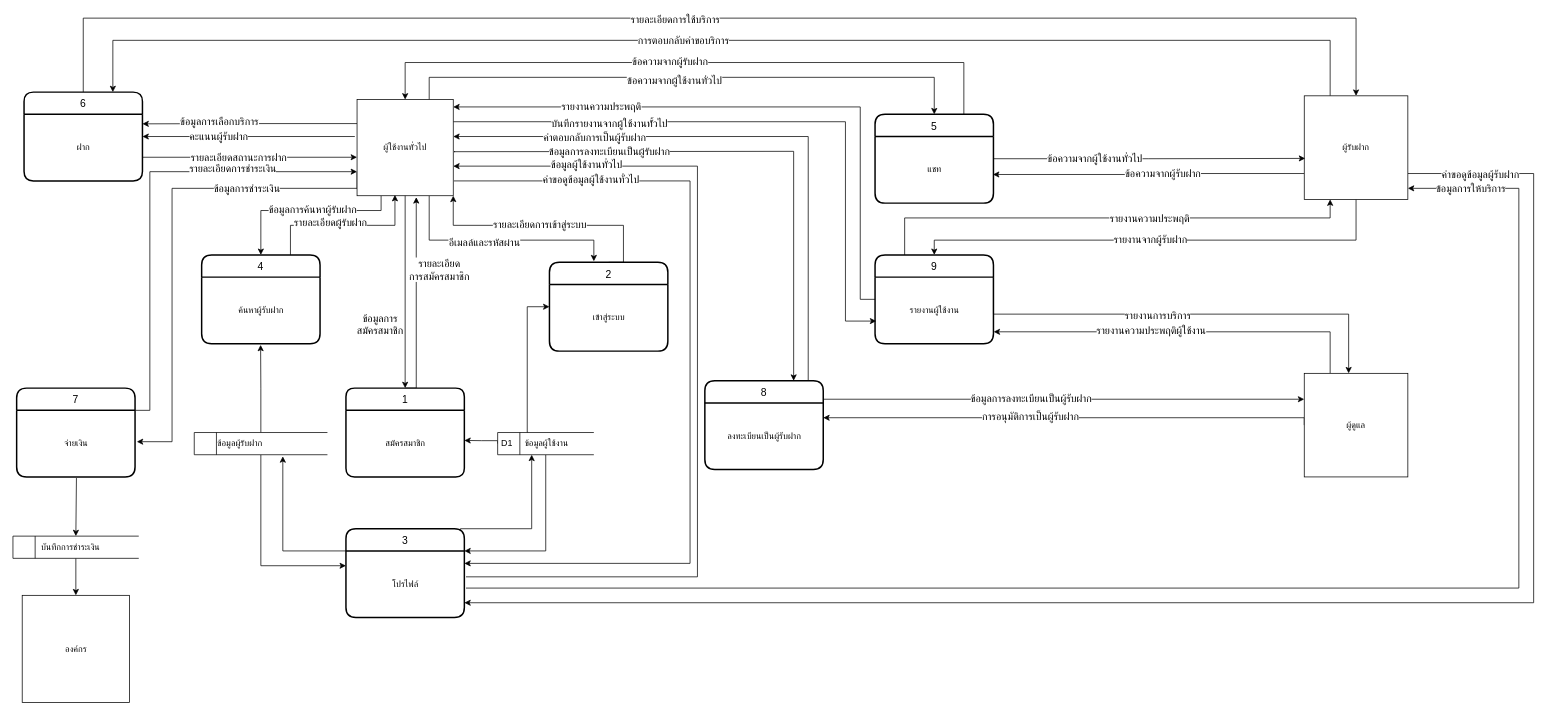
Before: page "level0" (3 of 13) of ProjectProcesses/HostDog_5DFD/dfd.drawio in Hostdogs/Project_Hostdog, a draw.io diagram. Source tidied: cells renumbered, new cells numbered last; positions are measured from the earlier drawing's top-left corner, leaving out a move shared by most shapes. Both pictures are drawn from the tidied source at 74%, with x=0, y=0 at pixel (13, 18).
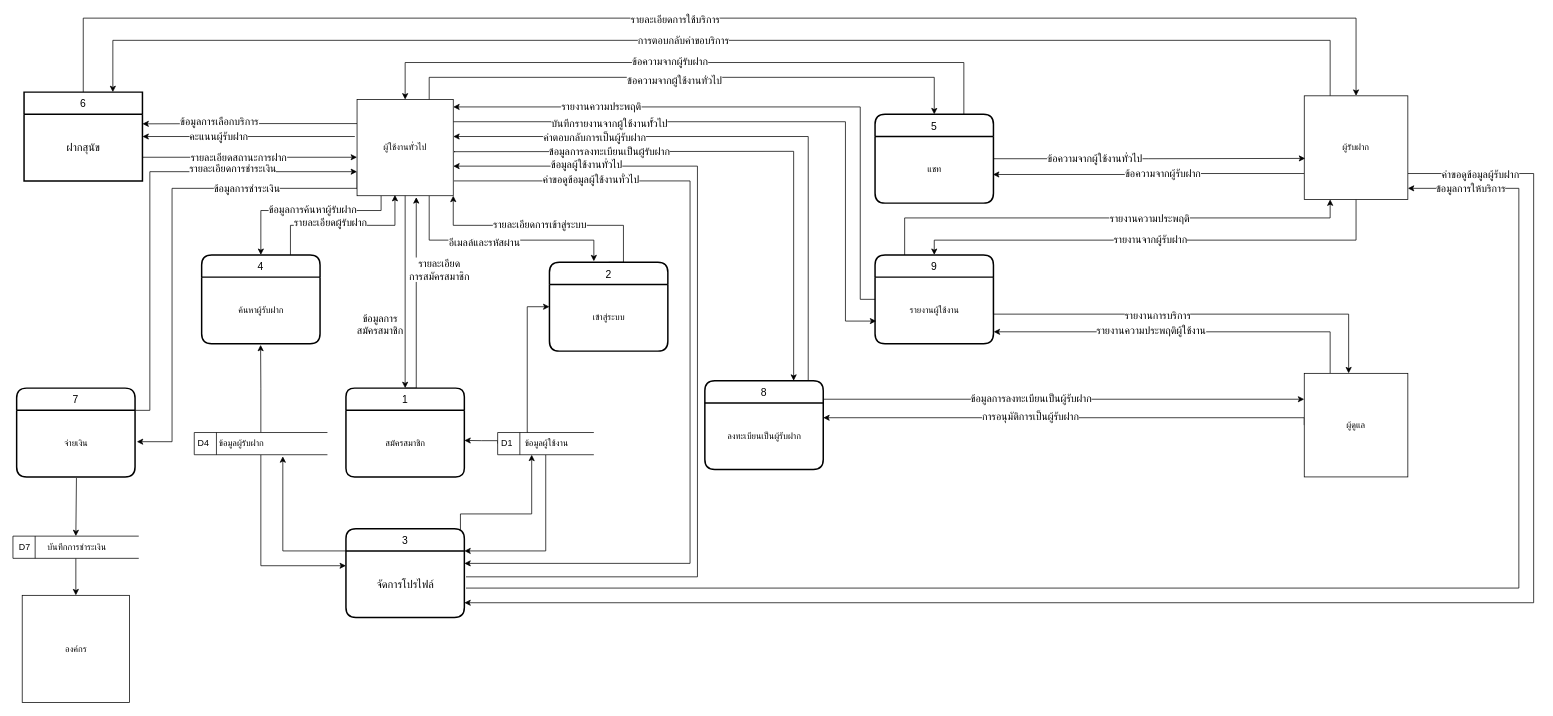
Above is the later version.

Unchanged cells that the change refers to:
```xml
<mxCell id="43" value="3" style="swimlane;horizontal=1;startSize=30;rounded=1;fontSize=14;fontStyle=0;strokeWidth=2;shadow=0;dashed=0;align=center;labelPosition=center;verticalLabelPosition=middle;verticalAlign=middle;" parent="1" vertex="1">
  <mxGeometry x="450" y="690" width="160" height="120" as="geometry" />
</mxCell>
<mxCell id="80" value="D1&amp;nbsp; &amp;nbsp; &amp;nbsp;ข้อมูลผู้ใช้งาน" style="html=1;dashed=0;whitespace=wrap;shape=mxgraph.dfd.dataStoreID;align=left;spacingLeft=3;points=[[0,0],[0.5,0],[1,0],[0,0.5],[1,0.5],[0,1],[0.5,1],[1,1]];" parent="1" vertex="1">
  <mxGeometry x="655" y="560" width="130" height="30" as="geometry" />
</mxCell>
```

The edit, as a diff of the source:
```diff
@@
     <mxCell id="42" style="edgeStyle=orthogonalEdgeStyle;rounded=0;jettySize=auto;html=1;exitX=0.967;exitY=0.012;exitDx=0;exitDy=0;fontSize=14;exitPerimeter=0;" parent="1" edge="1" source="43" target="80">
       <mxGeometry relative="1" as="geometry">
         <Array as="points">
-          <mxPoint x="605" y="690" />
-          <mxPoint x="701" y="690" />
+          <mxPoint x="605" y="670" />
+          <mxPoint x="701" y="670" />
         </Array>
       </mxGeometry>
     </mxCell>
@@
-    <mxCell id="44" value="โปรไฟล์" style="text;html=1;align=center;verticalAlign=middle;points=[];" parent="43" vertex="1">
+    <mxCell id="44" value="&lt;span id=&quot;docs-internal-guid-263c026e-7fff-5388-a84b-3233094eca2e&quot;&gt;&lt;span style=&quot;font-size: 11pt ; font-family: &amp;#34;arial&amp;#34; ; background-color: transparent ; vertical-align: baseline&quot;&gt;จัดการโปรไฟล์&lt;/span&gt;&lt;/span&gt;" style="text;html=1;align=center;verticalAlign=middle;points=[];" parent="43" vertex="1">
       <mxGeometry y="30" width="160" height="90" as="geometry" />
     </mxCell>
@@
-    <mxCell id="53" value="6" style="swimlane;horizontal=1;startSize=30;rounded=1;fontSize=14;fontStyle=0;strokeWidth=2;shadow=0;dashed=0;align=center;labelPosition=center;verticalLabelPosition=middle;verticalAlign=middle;arcSize=14;" parent="1" vertex="1">
+    <mxCell id="53" value="6" style="swimlane;horizontal=1;startSize=30;rounded=1;fontSize=14;fontStyle=0;strokeWidth=2;shadow=0;align=center;labelPosition=center;verticalLabelPosition=middle;verticalAlign=middle;arcSize=0;perimeterSpacing=0;" parent="1" vertex="1">
       <mxGeometry x="15" y="100" width="160" height="120" as="geometry" />
     </mxCell>
-    <mxCell id="54" value="ฝาก" style="text;html=1;align=center;verticalAlign=middle;points=[];" parent="53" vertex="1">
+    <mxCell id="54" value="&lt;span id=&quot;docs-internal-guid-d64b16aa-7fff-1af0-6d6e-5e0488f46c7e&quot;&gt;&lt;span style=&quot;font-size: 11pt ; font-family: &amp;#34;arial&amp;#34; ; background-color: transparent ; vertical-align: baseline&quot;&gt;ฝากสุนัข&lt;/span&gt;&lt;/span&gt;" style="text;html=1;align=center;verticalAlign=middle;points=[];rounded=0;" parent="53" vertex="1">
       <mxGeometry y="30" width="160" height="90" as="geometry" />
     </mxCell>
@@
-    <mxCell id="89" value="&amp;nbsp; &amp;nbsp; &amp;nbsp; &amp;nbsp; &amp;nbsp; บันทึกการชำระเงิน" style="html=1;dashed=0;whitespace=wrap;shape=mxgraph.dfd.dataStoreID;align=left;spacingLeft=3;points=[[0,0],[0.5,0],[1,0],[0,0.5],[1,0.5],[0,1],[0.5,1],[1,1]];" parent="1" vertex="1">
+    <mxCell id="89" value="&amp;nbsp;D7&amp;nbsp; &amp;nbsp; &amp;nbsp; &amp;nbsp;บันทึกการชำระเงิน" style="html=1;dashed=0;whitespace=wrap;shape=mxgraph.dfd.dataStoreID;align=left;spacingLeft=3;points=[[0,0],[0.5,0],[1,0],[0,0.5],[1,0.5],[0,1],[0.5,1],[1,1]];" parent="1" vertex="1">
       <mxGeometry y="700" width="170" height="30" as="geometry" />
     </mxCell>
@@
-    <mxCell id="97" value="&amp;nbsp; &amp;nbsp; &amp;nbsp; &amp;nbsp; ข้อมูลผู้รับฝาก" style="html=1;dashed=0;whitespace=wrap;shape=mxgraph.dfd.dataStoreID;align=left;spacingLeft=3;points=[[0,0],[0.5,0],[1,0],[0,0.5],[1,0.5],[0,1],[0.5,1],[1,1]];" parent="1" vertex="1">
+    <mxCell id="97" value="D4&amp;nbsp; &amp;nbsp; ข้อมูลผู้รับฝาก" style="html=1;dashed=0;whitespace=wrap;shape=mxgraph.dfd.dataStoreID;align=left;spacingLeft=3;points=[[0,0],[0.5,0],[1,0],[0,0.5],[1,0.5],[0,1],[0.5,1],[1,1]];" parent="1" vertex="1">
       <mxGeometry x="245" y="560" width="180" height="30" as="geometry" />
     </mxCell>
```
